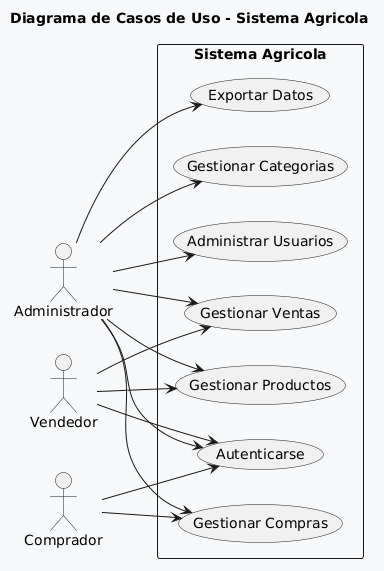
This is docs/diagrams/use_case.png from danieldavid-23/lilliana-2, a PlantUML export, as it was before one commit.
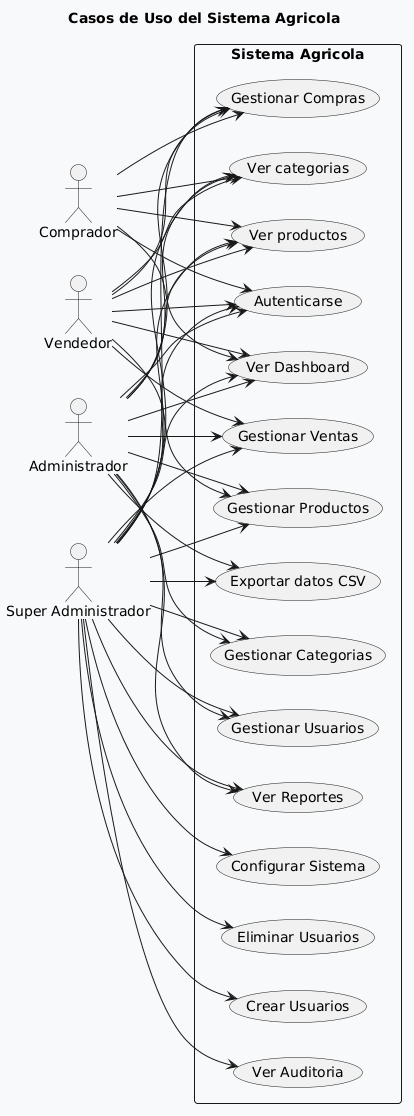
After the commit.

What changed in the source:
```diff
@@ -1,23 +1,46 @@
 @startuml
-title Diagrama de Casos de Uso - Sistema Agricola
+title Casos de Uso del Sistema Agricola
 skinparam defaultFontSize 14
 skinparam backgroundColor #F8F9FA
 
 left to right direction
 
+actor "Comprador" as comprador
+actor "Vendedor" as vendedor
 actor "Administrador" as admin
-actor "Vendedor" as vendedor
-actor "Comprador" as comprador
+actor "Super Administrador" as superadmin
 
 rectangle "Sistema Agricola" {
-  usecase "Gestionar Productos" as UC1
-  usecase "Gestionar Categorias" as UC2
+  usecase "Ver productos" as UC1
+  usecase "Ver categorias" as UC2
   usecase "Gestionar Compras" as UC3
-  usecase "Gestionar Ventas" as UC4
-  usecase "Exportar Datos" as UC5
-  usecase "Administrar Usuarios" as UC6
-  usecase "Autenticarse" as UC7
+  usecase "Gestionar Productos" as UC4
+  usecase "Gestionar Ventas" as UC5
+  usecase "Gestionar Categorias" as UC6
+  usecase "Exportar datos CSV" as UC7
+  usecase "Ver Reportes" as UC8
+  usecase "Gestionar Usuarios" as UC9
+  usecase "Ver Dashboard" as UC10
+  usecase "Configurar Sistema" as UC11
+  usecase "Ver Auditoria" as UC12
+  usecase "Crear Usuarios" as UC13
+  usecase "Eliminar Usuarios" as UC14
+  usecase "Autenticarse" as UC15
 }
+
+comprador --> UC1
+comprador --> UC2
+comprador --> UC3
+comprador --> UC10
+comprador --> UC15
+
+vendedor --> UC1
+vendedor --> UC2
+vendedor --> UC3
+vendedor --> UC4
+vendedor --> UC5
+vendedor --> UC10
+vendedor --> UC15
 
 admin --> UC1
 admin --> UC2
@@ -26,11 +49,24 @@
 admin --> UC5
 admin --> UC6
 admin --> UC7
+admin --> UC8
+admin --> UC9
+admin --> UC10
+admin --> UC15
 
-vendedor --> UC1
-vendedor --> UC4
-vendedor --> UC7
-
-comprador --> UC3
-comprador --> UC7
+superadmin --> UC1
+superadmin --> UC2
+superadmin --> UC3
+superadmin --> UC4
+superadmin --> UC5
+superadmin --> UC6
+superadmin --> UC7
+superadmin --> UC8
+superadmin --> UC9
+superadmin --> UC10
+superadmin --> UC11
+superadmin --> UC12
+superadmin --> UC13
+superadmin --> UC14
+superadmin --> UC15
 @enduml
```
